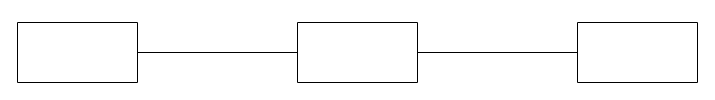
The draw.io diagram page "Page-1" (1 of 3) of SecureNetworkdesign.drawio in Tonymmunyoki/shiny-broccoli, before the edit. Source tidied: cells renumbered, new cells numbered last; positions are measured from the earlier drawing's top-left corner, leaving out a move shared by most shapes. Both pictures are drawn from the tidied source at 100%, with x=0, y=0 at pixel (17, 22).
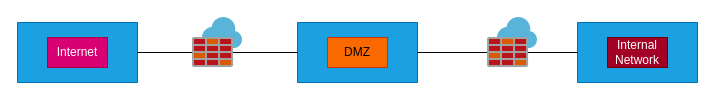
Above is the later version.

Diff of the diagram source:
```diff
@@
 <mxGraphModel>
   <root>
     <mxCell id="0" />
     <mxCell id="1" parent="0" />
-    <mxCell id="2" style="verticalLabelPosition=bottom;verticalAlign=top;html=1;shape=mxgraph.basic.rect;fillColor2=none;strokeWidth=1;size=20;indent=5;" parent="1" vertex="1">
+    <mxCell id="2" style="verticalLabelPosition=bottom;verticalAlign=top;html=1;shape=mxgraph.basic.rect;fillColor2=none;strokeWidth=1;size=20;indent=5;fillColor=#1ba1e2;fontColor=#ffffff;strokeColor=#006EAF;" parent="1" vertex="1">
       <mxGeometry width="120" height="60" as="geometry" />
     </mxCell>
-    <mxCell id="3" style="verticalLabelPosition=bottom;verticalAlign=top;html=1;shape=mxgraph.basic.rect;fillColor2=none;strokeWidth=1;size=20;indent=5;" parent="1" vertex="1">
+    <mxCell id="3" style="verticalLabelPosition=bottom;verticalAlign=top;html=1;shape=mxgraph.basic.rect;fillColor2=none;strokeWidth=1;size=20;indent=5;fillColor=#1ba1e2;fontColor=#ffffff;strokeColor=#006EAF;" parent="1" vertex="1">
       <mxGeometry x="280" width="120" height="60" as="geometry" />
     </mxCell>
-    <mxCell id="4" style="verticalLabelPosition=bottom;verticalAlign=top;html=1;shape=mxgraph.basic.rect;fillColor2=none;strokeWidth=1;size=20;indent=5;" parent="1" vertex="1">
+    <mxCell id="4" style="verticalLabelPosition=bottom;verticalAlign=top;html=1;shape=mxgraph.basic.rect;fillColor2=none;strokeWidth=1;size=20;indent=5;fillColor=#1ba1e2;fontColor=#ffffff;strokeColor=#006EAF;" parent="1" vertex="1">
       <mxGeometry x="560" width="120" height="60" as="geometry" />
     </mxCell>
     <mxCell id="5" style="line;strokeWidth=1;dashed=0;labelPosition=right;align=left;verticalAlign=middle;spacingTop=0;spacingLeft=6;" parent="1" vertex="1">
       <mxGeometry x="120" y="25" width="160" height="10" as="geometry" />
     </mxCell>
     <mxCell id="6" style="line;strokeWidth=1;dashed=0;labelPosition=right;align=left;verticalAlign=middle;spacingTop=0;spacingLeft=6;" parent="1" vertex="1">
       <mxGeometry x="400" y="25" width="160" height="10" as="geometry" />
     </mxCell>
+    <mxCell id="7" style="image;sketch=0;html=1;align=center;fontSize=12;image=img/lib/mscae/Azure_Firewall.svg;" parent="1" vertex="1">
+      <mxGeometry x="175" y="-5" width="50" height="50" as="geometry" />
+    </mxCell>
+    <mxCell id="8" style="image;sketch=0;html=1;align=center;fontSize=12;image=img/lib/mscae/Azure_Firewall.svg;" parent="1" vertex="1">
+      <mxGeometry x="470" y="-5" width="50" height="50" as="geometry" />
+    </mxCell>
+    <mxCell id="9" value="Internet" style="text;strokeColor=#A50040;align=center;fillColor=#d80073;html=1;verticalAlign=middle;whiteSpace=wrap;rounded=0;fontColor=#ffffff;" parent="1" vertex="1">
+      <mxGeometry x="30" y="15" width="60" height="30" as="geometry" />
+    </mxCell>
+    <mxCell id="10" value="DMZ" style="text;strokeColor=#C73500;align=center;fillColor=#fa6800;html=1;verticalAlign=middle;whiteSpace=wrap;rounded=0;fontColor=#000000;" parent="1" vertex="1">
+      <mxGeometry x="310" y="15" width="60" height="30" as="geometry" />
+    </mxCell>
+    <mxCell id="11" value="Internal Network" style="text;strokeColor=#6F0000;align=center;fillColor=light-dark(#A20025,#CC0000);html=1;verticalAlign=middle;whiteSpace=wrap;rounded=0;fontColor=#ffffff;" parent="1" vertex="1">
+      <mxGeometry x="590" y="15" width="60" height="30" as="geometry" />
+    </mxCell>
   </root>
 </mxGraphModel>
```
